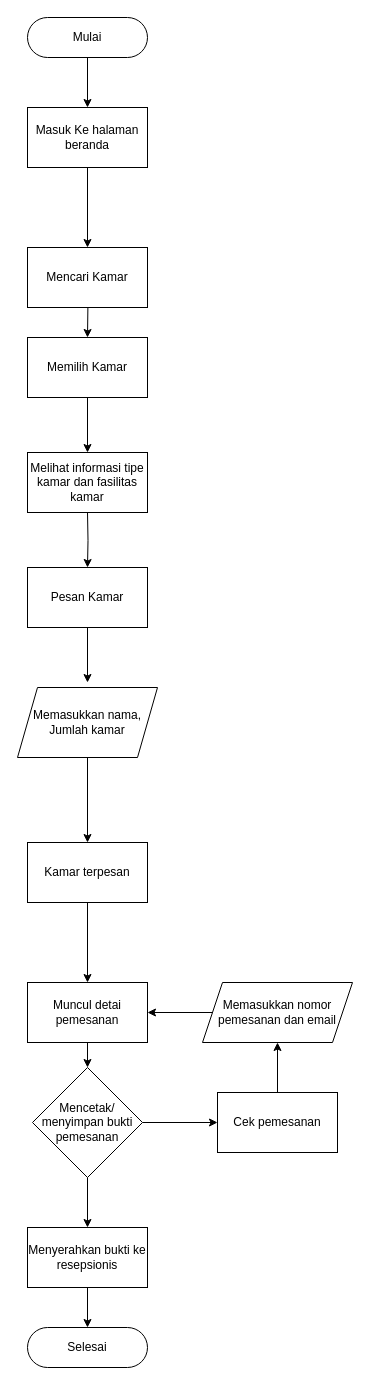
This is Tamu.drawio from Go-UKK/Flowcart, a draw.io file, before an edit. Source tidied: cells renumbered, new cells numbered last; positions are measured from the earlier drawing's top-left corner, leaving out a move shared by most shapes. Both pictures are drawn from the tidied source at 100%, with x=0, y=0 at pixel (17, 17).
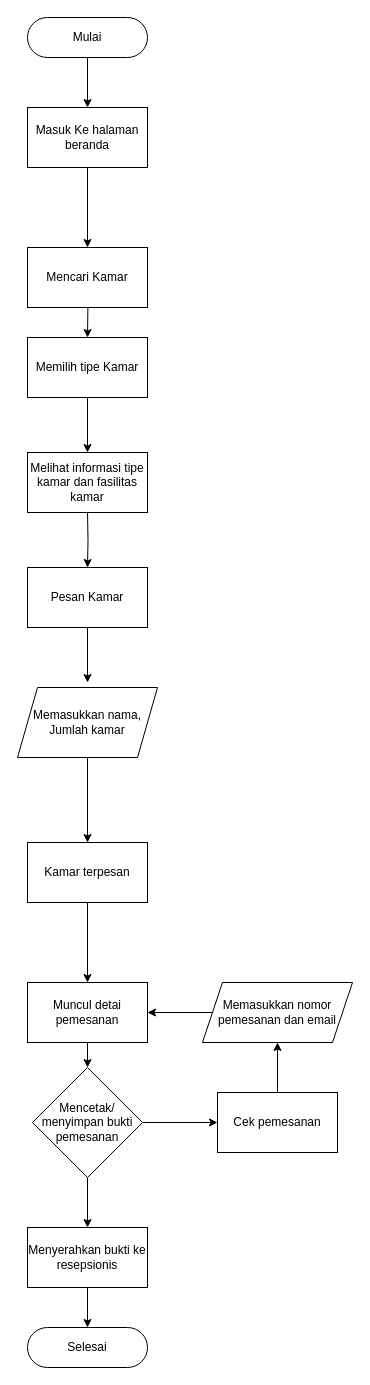
Above is the later version.

What changed in the source:
```diff
@@
-    <mxCell id="15" value="Memilih Kamar" style="whiteSpace=wrap;html=1;rounded=0;" parent="1" vertex="1">
+    <mxCell id="15" value="Memilih tipe Kamar" style="whiteSpace=wrap;html=1;rounded=0;" parent="1" vertex="1">
       <mxGeometry x="10" y="320" width="120" height="60" as="geometry" />
     </mxCell>
```
